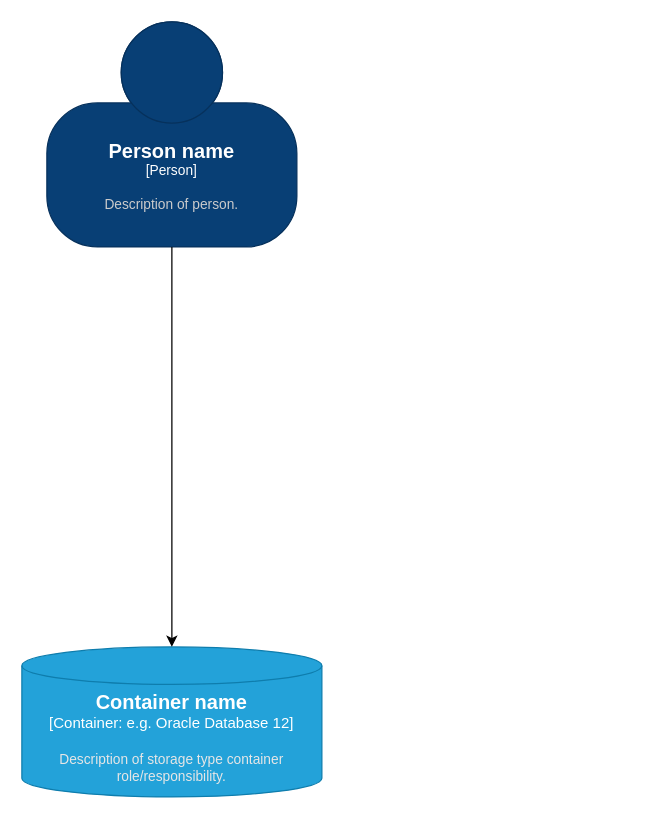
Earlier version of the draw.io diagram Untitled Diagram.drawio (alihaddadi/threadPilot). Source tidied: cells renumbered, new cells numbered last; positions are measured from the earlier drawing's top-left corner, leaving out a move shared by most shapes. Both pictures are drawn from the tidied source at 125%, with x=0, y=0 at pixel (21, 21).
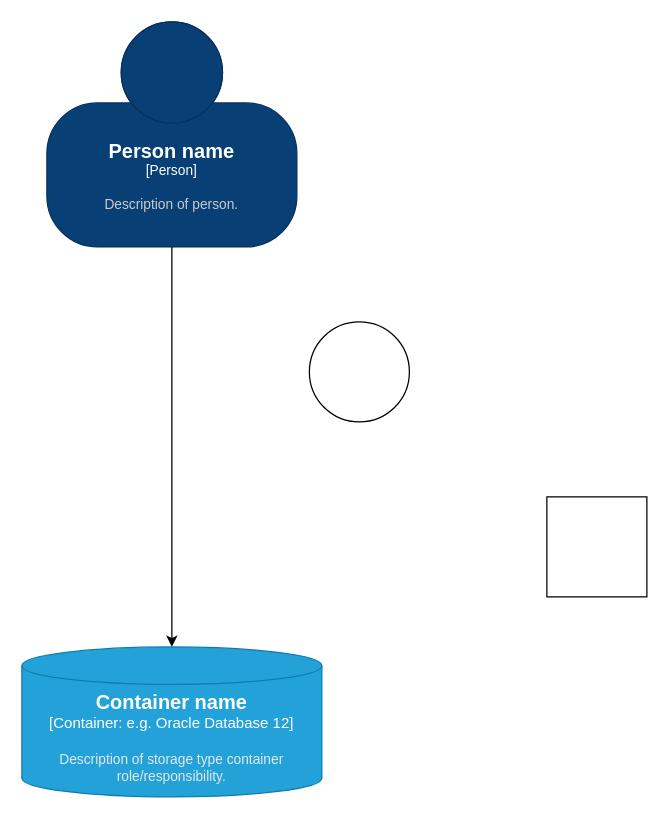
The same diagram, later.

Commit message:
test commit on eon diagram

What changed in the source:
```diff
@@
 <mxGraphModel>
   <root>
     <mxCell id="0" />
     <mxCell id="1" parent="0" />
     <object id="2" label="&lt;font style=&quot;font-size: 16px&quot;&gt;&lt;b&gt;%c4Name%&lt;/b&gt;&lt;/font&gt;&lt;div&gt;[%c4Type%:&amp;nbsp;%c4Technology%]&lt;/div&gt;&lt;br&gt;&lt;div&gt;&lt;font style=&quot;font-size: 11px&quot;&gt;&lt;font color=&quot;#E6E6E6&quot;&gt;%c4Description%&lt;/font&gt;&lt;/div&gt;" c4Description="Description of storage type container role/responsibility." c4Name="Container name" c4Technology="e.g. Oracle Database 12" c4Type="Container" placeholders="1">
       <mxCell style="shape=cylinder3;size=15;whiteSpace=wrap;html=1;boundedLbl=1;rounded=0;labelBackgroundColor=none;fillColor=#23A2D9;fontSize=12;fontColor=#ffffff;align=center;strokeColor=#0E7DAD;points=[[0.5,0,0],[1,0.25,0],[1,0.5,0],[1,0.75,0],[0.5,1,0],[0,0.75,0],[0,0.5,0],[0,0.25,0]];" parent="1" vertex="1">
         <mxGeometry y="500" width="240" height="120" as="geometry" />
       </mxCell>
     </object>
     <object id="3" label="&lt;font style=&quot;font-size: 16px&quot;&gt;&lt;b&gt;%c4Name%&lt;/b&gt;&lt;/font&gt;&lt;div&gt;[%c4Type%]&lt;/div&gt;&lt;br&gt;&lt;div&gt;&lt;font style=&quot;font-size: 11px&quot;&gt;&lt;font color=&quot;#cccccc&quot;&gt;%c4Description%&lt;/font&gt;&lt;/div&gt;" c4Description="Description of person." c4Name="Person name" c4Type="Person" placeholders="1">
       <mxCell style="html=1;fontSize=11;dashed=0;whiteSpace=wrap;fillColor=#083F75;strokeColor=#06315C;fontColor=#ffffff;shape=mxgraph.c4.person2;align=center;points=[[0.5,0,0],[1,0.5,0],[1,0.75,0],[0.75,1,0],[0.5,1,0],[0.25,1,0],[0,0.75,0],[0,0.5,0]];" parent="1" vertex="1">
         <mxGeometry x="20" width="200" height="180" as="geometry" />
       </mxCell>
     </object>
     <mxCell id="4" style="edgeStyle=orthogonalEdgeStyle;rounded=0;jettySize=auto;html=1;entryX=0.5;entryY=0;entryDx=0;entryDy=0;entryPerimeter=0;" parent="1" edge="1" source="3" target="2">
       <mxGeometry relative="1" as="geometry" />
     </mxCell>
+    <mxCell id="5" style="ellipse;whiteSpace=wrap;html=1;" parent="1" vertex="1">
+      <mxGeometry x="230" y="240" width="80" height="80" as="geometry" />
+    </mxCell>
+    <mxCell id="6" style="whiteSpace=wrap;html=1;" parent="1" vertex="1">
+      <mxGeometry x="420" y="380" width="80" height="80" as="geometry" />
+    </mxCell>
   </root>
 </mxGraphModel>
```
